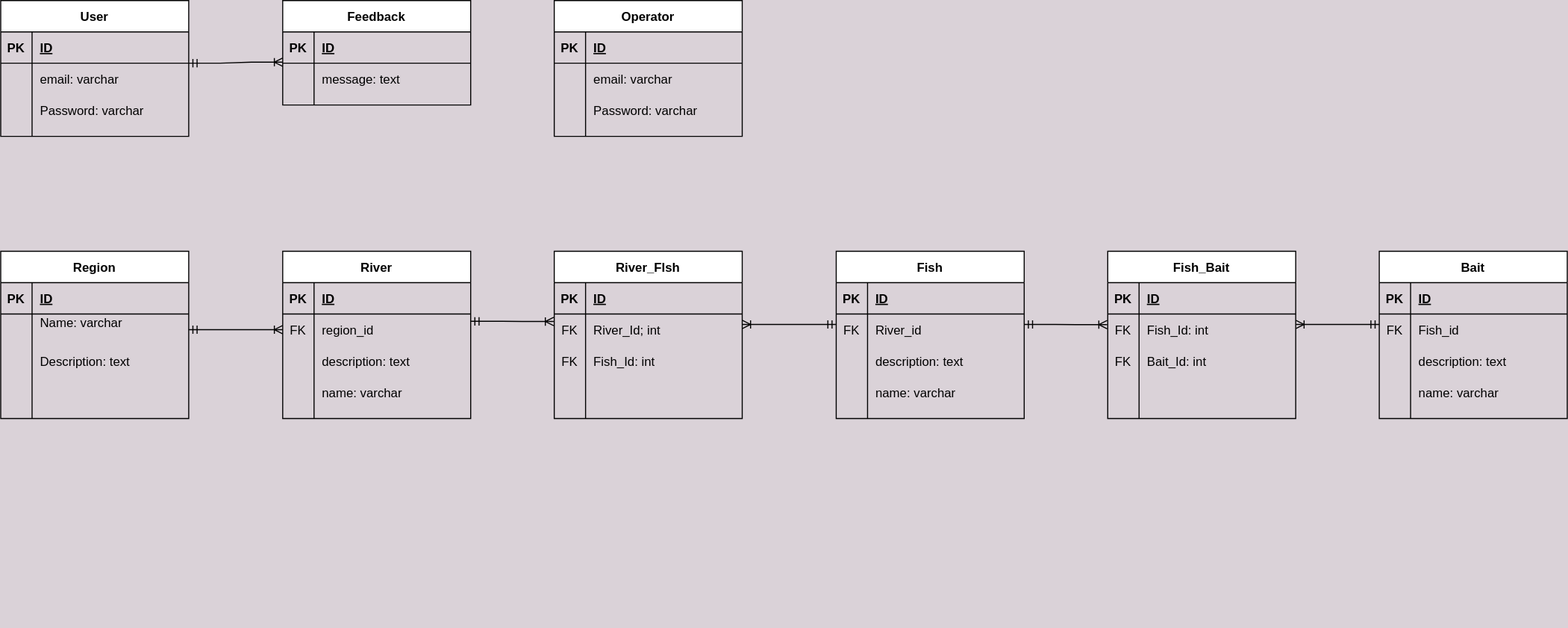
Earlier version of the draw.io export ER diagram.svg (Gsuslov/site). Source tidied: cells renumbered, new cells last; positions are measured from the earlier drawing's top-left corner, leaving out a move shared by most shapes.
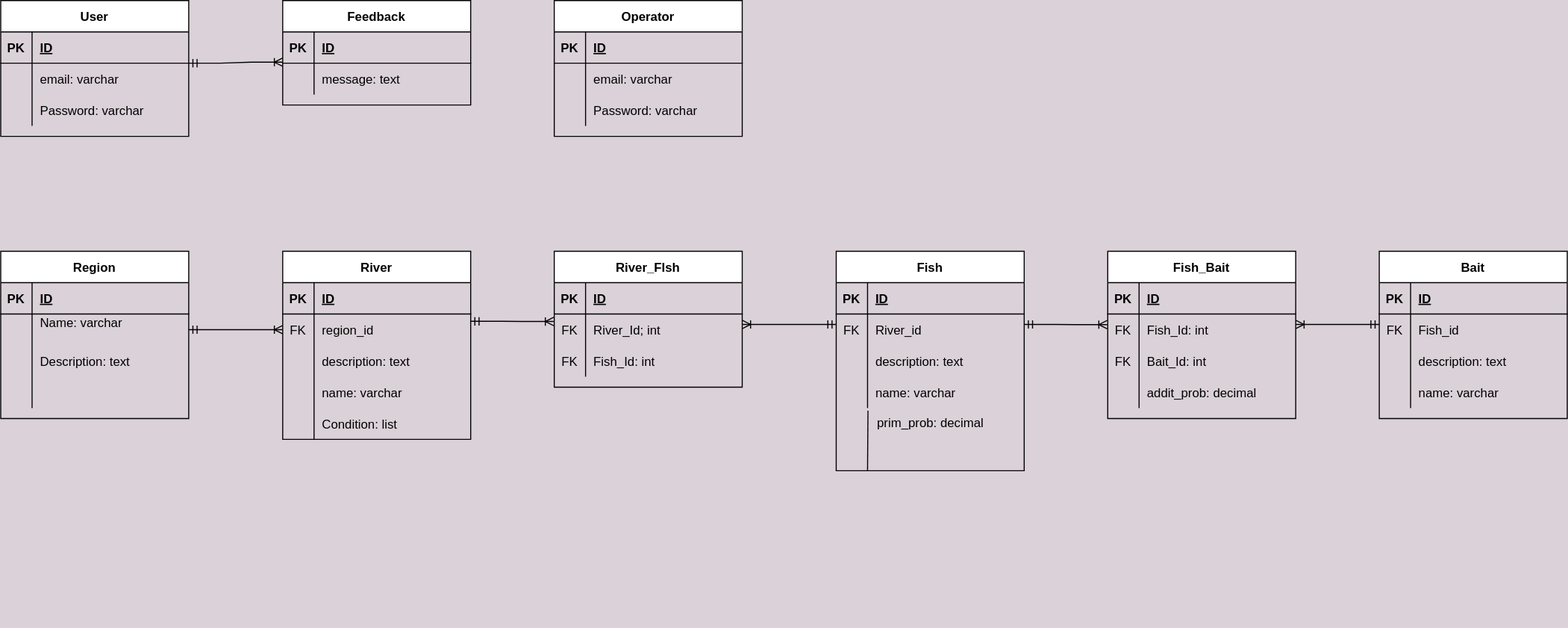
Later version of the same file.

Change to the diagram source:
```diff
@@ -132,7 +132,7 @@
       <mxGeometry x="30" width="150" height="30" as="geometry" />
     </mxCell>
     <mxCell id="45" value="River" style="shape=table;startSize=30;rowLines=0;fontStyle=1;align=center;" parent="1" vertex="1">
-      <mxGeometry x="270" y="240" width="180" height="160" as="geometry" />
+      <mxGeometry x="270" y="240" width="180" height="180" as="geometry" />
     </mxCell>
     <mxCell id="46" style="shape=partialRectangle;fillColor=none;top=0;left=0;bottom=1;right=0;" parent="45" vertex="1">
       <mxGeometry y="30" width="180" height="30" as="geometry" />
@@ -170,8 +170,17 @@
     <mxCell id="57" value="name: varchar" style="shape=partialRectangle;fillColor=none;top=0;left=0;bottom=0;right=0;align=left;spacingLeft=6;overflow=hidden;" parent="55" vertex="1">
       <mxGeometry x="30" width="150" height="30" as="geometry" />
     </mxCell>
+    <mxCell id="96" style="shape=partialRectangle;fillColor=none;top=0;left=0;bottom=0;right=0;" parent="45" vertex="1">
+      <mxGeometry y="150" width="180" height="30" as="geometry" />
+    </mxCell>
+    <mxCell id="97" style="shape=partialRectangle;fillColor=none;top=0;left=0;bottom=0;right=0;overflow=hidden;" parent="96" vertex="1">
+      <mxGeometry width="30" height="30" as="geometry" />
+    </mxCell>
+    <mxCell id="98" value="Condition: list" style="shape=partialRectangle;fillColor=none;top=0;left=0;bottom=0;right=0;align=left;spacingLeft=6;overflow=hidden;" parent="96" vertex="1">
+      <mxGeometry x="30" width="150" height="30" as="geometry" />
+    </mxCell>
     <mxCell id="58" value="Fish" style="shape=table;startSize=30;rowLines=0;fontStyle=1;align=center;" parent="1" vertex="1">
-      <mxGeometry x="800" y="240" width="180" height="160" as="geometry" />
+      <mxGeometry x="800" y="240" width="180" height="210" as="geometry" />
     </mxCell>
     <mxCell id="59" style="shape=partialRectangle;fillColor=none;top=0;left=0;bottom=1;right=0;" parent="58" vertex="1">
       <mxGeometry y="30" width="180" height="30" as="geometry" />
@@ -260,7 +269,7 @@
       </mxGeometry>
     </mxCell>
     <mxCell id="86" value="River_FIsh" style="shape=table;startSize=30;rowLines=0;fontStyle=1;align=center;" parent="1" vertex="1">
-      <mxGeometry x="530" y="240" width="180" height="160" as="geometry" />
+      <mxGeometry x="530" y="240" width="180" height="130" as="geometry" />
     </mxCell>
     <mxCell id="87" style="shape=partialRectangle;fillColor=none;top=0;left=0;bottom=1;right=0;" parent="86" vertex="1">
       <mxGeometry y="30" width="180" height="30" as="geometry" />
@@ -289,15 +298,6 @@
     <mxCell id="95" value="Fish_Id: int" style="shape=partialRectangle;fillColor=none;top=0;left=0;bottom=0;right=0;align=left;spacingLeft=6;overflow=hidden;" parent="93" vertex="1">
       <mxGeometry x="30" width="150" height="30" as="geometry" />
     </mxCell>
-    <mxCell id="96" style="shape=partialRectangle;fillColor=none;top=0;left=0;bottom=0;right=0;" parent="86" vertex="1">
-      <mxGeometry y="120" width="180" height="30" as="geometry" />
-    </mxCell>
-    <mxCell id="97" style="shape=partialRectangle;fillColor=none;top=0;left=0;bottom=0;right=0;overflow=hidden;" parent="96" vertex="1">
-      <mxGeometry width="30" height="30" as="geometry" />
-    </mxCell>
-    <mxCell id="98" style="shape=partialRectangle;fillColor=none;top=0;left=0;bottom=0;right=0;align=left;spacingLeft=6;overflow=hidden;" parent="96" vertex="1">
-      <mxGeometry x="30" width="150" height="30" as="geometry" />
-    </mxCell>
     <mxCell id="99" value="Fish_Bait" style="shape=table;startSize=30;rowLines=0;fontStyle=1;align=center;" parent="1" vertex="1">
       <mxGeometry x="1060" y="240" width="180" height="160" as="geometry" />
     </mxCell>
@@ -334,7 +334,7 @@
     <mxCell id="110" style="shape=partialRectangle;fillColor=none;top=0;left=0;bottom=0;right=0;overflow=hidden;" parent="109" vertex="1">
       <mxGeometry width="30" height="30" as="geometry" />
     </mxCell>
-    <mxCell id="111" style="shape=partialRectangle;fillColor=none;top=0;left=0;bottom=0;right=0;align=left;spacingLeft=6;overflow=hidden;" parent="109" vertex="1">
+    <mxCell id="111" value="addit_prob: decimal" style="shape=partialRectangle;fillColor=none;top=0;left=0;bottom=0;right=0;align=left;spacingLeft=6;overflow=hidden;" parent="109" vertex="1">
       <mxGeometry x="30" width="150" height="30" as="geometry" />
     </mxCell>
     <mxCell id="112" style="fontSize=12;html=1;endArrow=ERoneToMany;startArrow=ERmandOne;rounded=0;" parent="1" edge="1">
@@ -360,5 +360,13 @@
         <mxPoint x="1240" y="310" as="targetPoint" />
       </mxGeometry>
     </mxCell>
+    <mxCell id="116" style="endArrow=none;html=1;rounded=0;entryX=0.169;entryY=1.087;entryDx=0;entryDy=0;entryPerimeter=0;" parent="1" edge="1" target="68">
+      <mxGeometry relative="1" as="geometry">
+        <mxPoint x="830" y="450" as="sourcePoint" />
+      </mxGeometry>
+    </mxCell>
+    <mxCell id="117" value="prim_prob: decimal" style="text;html=1;align=center;verticalAlign=middle;strokeColor=none;fillColor=none;" parent="1" vertex="1">
+      <mxGeometry x="825" y="390" width="130" height="30" as="geometry" />
+    </mxCell>
   </root>
 </mxGraphModel>
```
